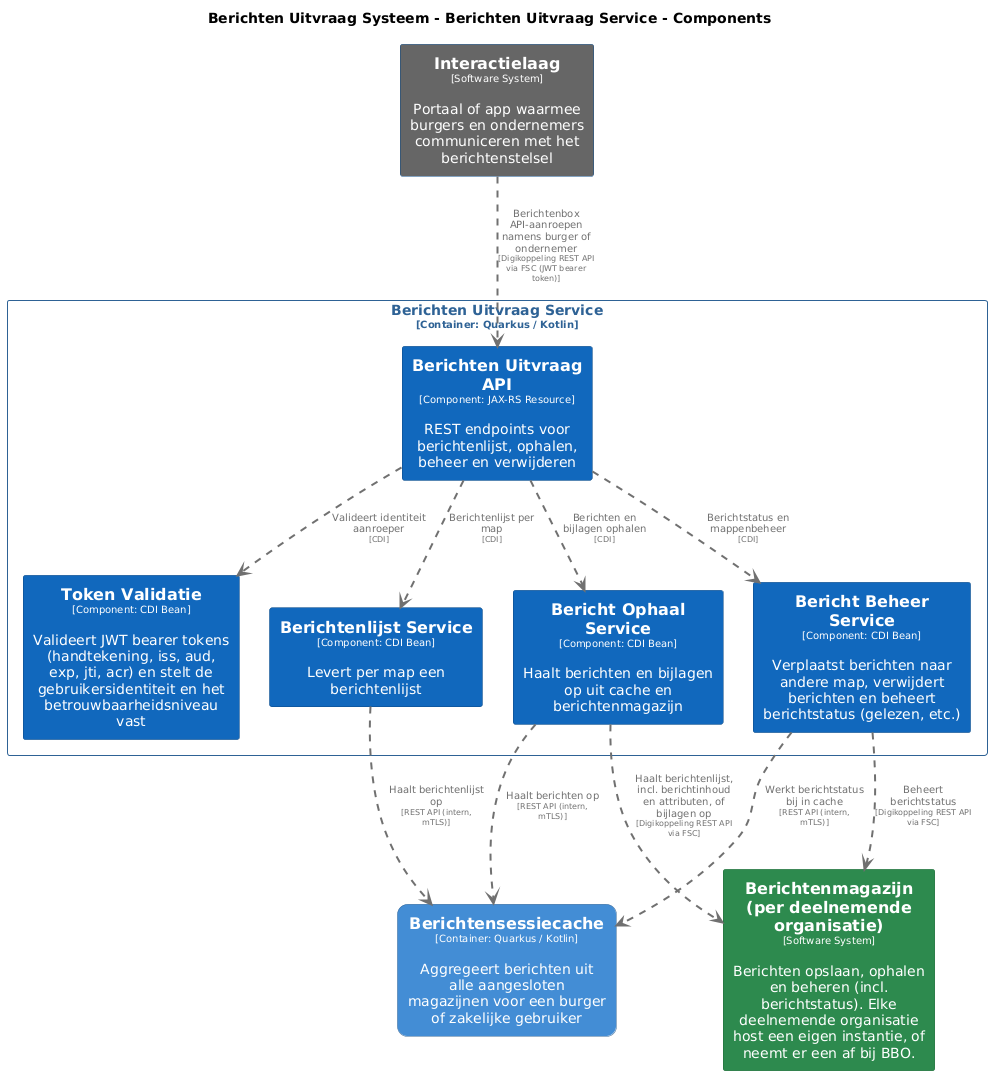
Above: master/png/BerichtenUitvraagServiceComponenten.png in MinBZK/moza-poc-fbs-berichtenbox (PlantUML), before the change.
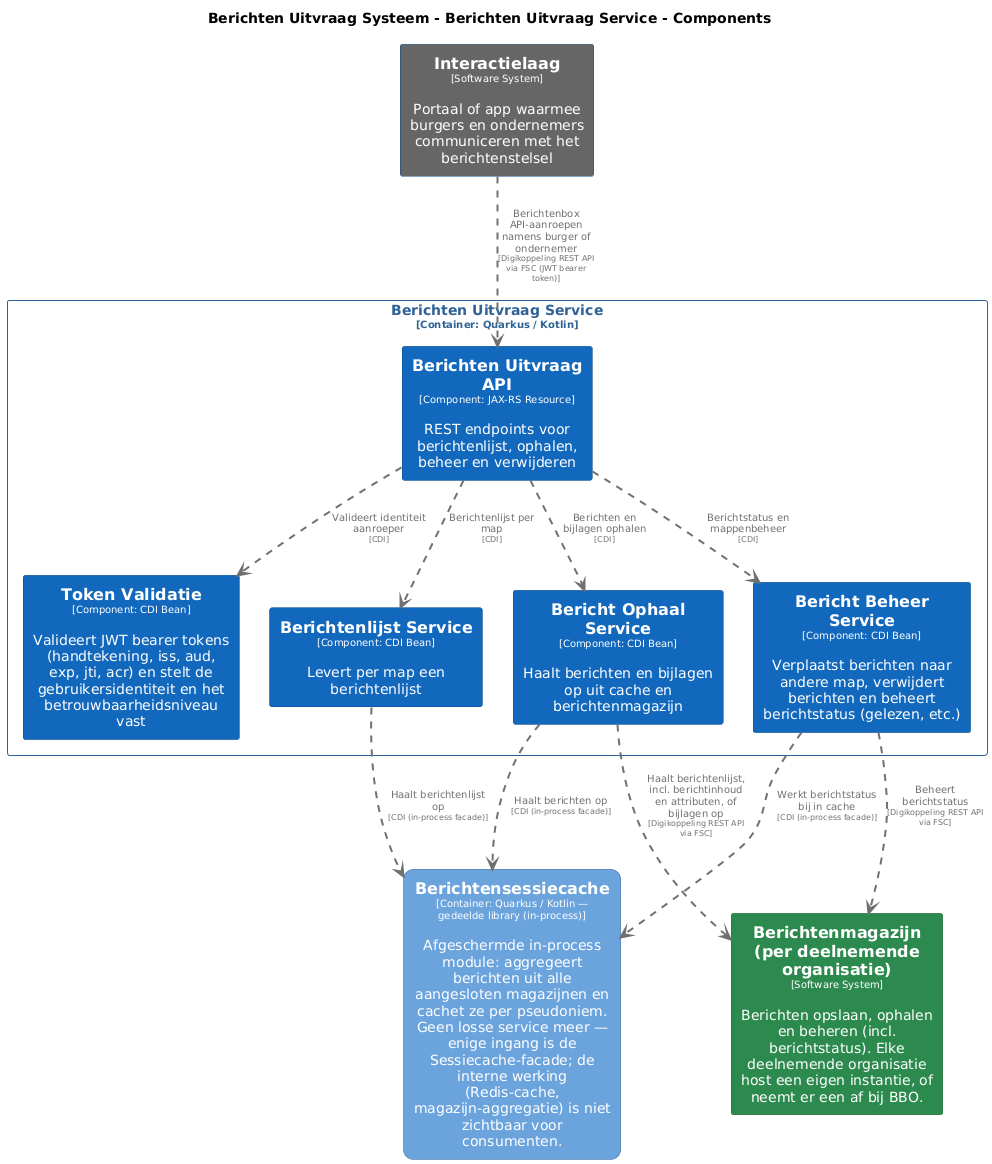
Later version of the same file.

The edit, as a diff of the source:
```diff
@@ -46,7 +46,7 @@
   shadowing false
 }
 skinparam rectangle<<BerichtenUitvraagSysteem.Berichtensessiecache>> {
-  BackgroundColor #438dd5
+  BackgroundColor #6ba3dd
   FontColor #ffffff
   BorderColor #2e6295
   roundCorner 20
@@ -72,7 +72,7 @@
 
 rectangle "==Interactielaag\n<size:10>[Software System]</size>\n\nPortaal of app waarmee burgers en ondernemers communiceren met het berichtenstelsel" <<Interactielaag>> as Interactielaag
 rectangle "==Berichtenmagazijn (per deelnemende organisatie)\n<size:10>[Software System]</size>\n\nBerichten opslaan, ophalen en beheren (incl. berichtstatus). Elke deelnemende organisatie host een eigen instantie, of neemt er een af bij BBO." <<Berichtenmagazijnperdeelnemendeorganisatie>> as Berichtenmagazijnperdeelnemendeorganisatie
-rectangle "==Berichtensessiecache\n<size:10>[Container: Quarkus / Kotlin]</size>\n\nAggregeert berichten uit alle aangesloten magazijnen voor een burger of zakelijke gebruiker" <<BerichtenUitvraagSysteem.Berichtensessiecache>> as BerichtenUitvraagSysteem.Berichtensessiecache
+rectangle "==Berichtensessiecache\n<size:10>[Container: Quarkus / Kotlin — gedeelde library (in-process)]</size>\n\nAfgeschermde in-process module: aggregeert berichten uit alle aangesloten magazijnen en cachet ze per pseudoniem. Geen losse service meer — enige ingang is de Sessiecache-facade; de interne werking (Redis-cache, magazijn-aggregatie) is niet zichtbaar voor consumenten." <<BerichtenUitvraagSysteem.Berichtensessiecache>> as BerichtenUitvraagSysteem.Berichtensessiecache
 
 rectangle "Berichten Uitvraag Service\n<size:10>[Container: Quarkus / Kotlin]</size>" <<BerichtenUitvraagSysteem.BerichtenUitvraagService>> {
   rectangle "==Berichten Uitvraag API\n<size:10>[Component: JAX-RS Resource]</size>\n\nREST endpoints voor berichtenlijst, ophalen, beheer en verwijderen" <<BerichtenUitvraagSysteem.BerichtenUitvraagService.BerichtenUitvraagAPI>> as BerichtenUitvraagSysteem.BerichtenUitvraagService.BerichtenUitvraagAPI
@@ -86,9 +86,9 @@
 BerichtenUitvraagSysteem.BerichtenUitvraagService.BerichtenUitvraagAPI .[#707070,thickness=2].> BerichtenUitvraagSysteem.BerichtenUitvraagService.BerichtenlijstService : "<color:#707070>Berichtenlijst per map\n<color:#707070><size:8>[CDI]</size>"
 BerichtenUitvraagSysteem.BerichtenUitvraagService.BerichtenUitvraagAPI .[#707070,thickness=2].> BerichtenUitvraagSysteem.BerichtenUitvraagService.BerichtOphaalService : "<color:#707070>Berichten en bijlagen ophalen\n<color:#707070><size:8>[CDI]</size>"
 BerichtenUitvraagSysteem.BerichtenUitvraagService.BerichtenUitvraagAPI .[#707070,thickness=2].> BerichtenUitvraagSysteem.BerichtenUitvraagService.BerichtBeheerService : "<color:#707070>Berichtstatus en mappenbeheer\n<color:#707070><size:8>[CDI]</size>"
-BerichtenUitvraagSysteem.BerichtenUitvraagService.BerichtOphaalService .[#707070,thickness=2].> BerichtenUitvraagSysteem.Berichtensessiecache : "<color:#707070>Haalt berichten op\n<color:#707070><size:8>[REST API (intern, mTLS)]</size>"
-BerichtenUitvraagSysteem.BerichtenUitvraagService.BerichtenlijstService .[#707070,thickness=2].> BerichtenUitvraagSysteem.Berichtensessiecache : "<color:#707070>Haalt berichtenlijst op\n<color:#707070><size:8>[REST API (intern, mTLS)]</size>"
-BerichtenUitvraagSysteem.BerichtenUitvraagService.BerichtBeheerService .[#707070,thickness=2].> BerichtenUitvraagSysteem.Berichtensessiecache : "<color:#707070>Werkt berichtstatus bij in cache\n<color:#707070><size:8>[REST API (intern, mTLS)]</size>"
+BerichtenUitvraagSysteem.BerichtenUitvraagService.BerichtOphaalService .[#707070,thickness=2].> BerichtenUitvraagSysteem.Berichtensessiecache : "<color:#707070>Haalt berichten op\n<color:#707070><size:8>[CDI (in-process facade)]</size>"
+BerichtenUitvraagSysteem.BerichtenUitvraagService.BerichtenlijstService .[#707070,thickness=2].> BerichtenUitvraagSysteem.Berichtensessiecache : "<color:#707070>Haalt berichtenlijst op\n<color:#707070><size:8>[CDI (in-process facade)]</size>"
+BerichtenUitvraagSysteem.BerichtenUitvraagService.BerichtBeheerService .[#707070,thickness=2].> BerichtenUitvraagSysteem.Berichtensessiecache : "<color:#707070>Werkt berichtstatus bij in cache\n<color:#707070><size:8>[CDI (in-process facade)]</size>"
 Interactielaag .[#707070,thickness=2].> BerichtenUitvraagSysteem.BerichtenUitvraagService.BerichtenUitvraagAPI : "<color:#707070>Berichtenbox API-aanroepen namens burger of ondernemer\n<color:#707070><size:8>[Digikoppeling REST API via FSC (JWT bearer token)]</size>"
 BerichtenUitvraagSysteem.BerichtenUitvraagService.BerichtOphaalService .[#707070,thickness=2].> Berichtenmagazijnperdeelnemendeorganisatie : "<color:#707070>Haalt berichtenlijst, incl. berichtinhoud en attributen, of bijlagen op\n<color:#707070><size:8>[Digikoppeling REST API via FSC]</size>"
 BerichtenUitvraagSysteem.BerichtenUitvraagService.BerichtBeheerService .[#707070,thickness=2].> Berichtenmagazijnperdeelnemendeorganisatie : "<color:#707070>Beheert berichtstatus\n<color:#707070><size:8>[Digikoppeling REST API via FSC]</size>"
```
